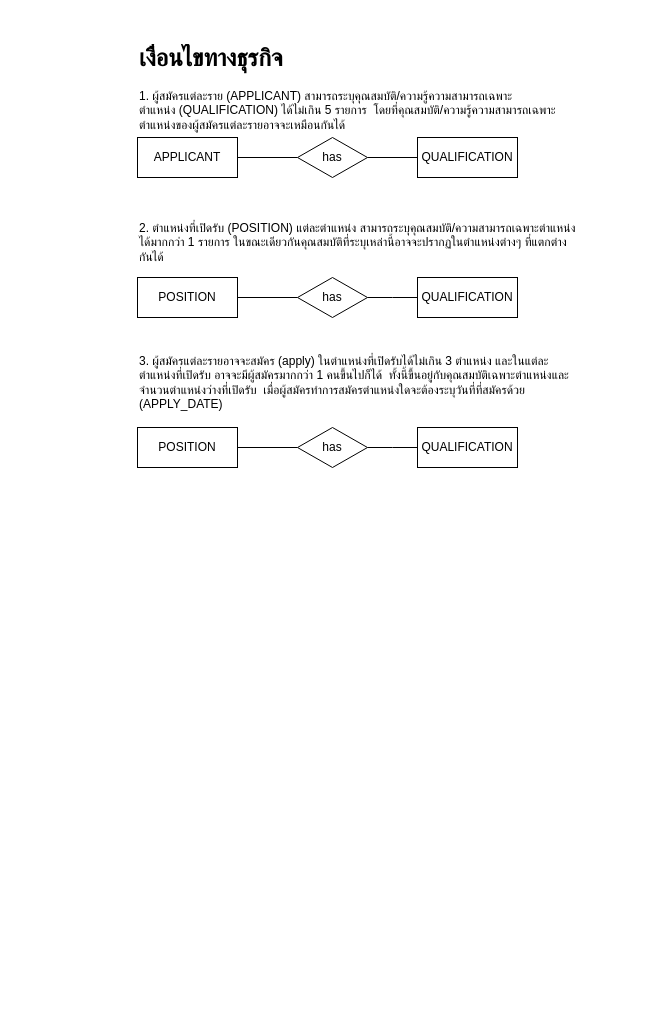
This is page "Page-1" (1 of 4) of 96408Entity.drawio from iaongstudio/FlowDrawio, a draw.io file, before an edit. Source tidied: cells renumbered, new cells numbered last; positions are measured from the earlier drawing's top-left corner, leaving out a move shared by most shapes. Both pictures are drawn from the tidied source at 100%, with x=0, y=0 at pixel (137, 37).
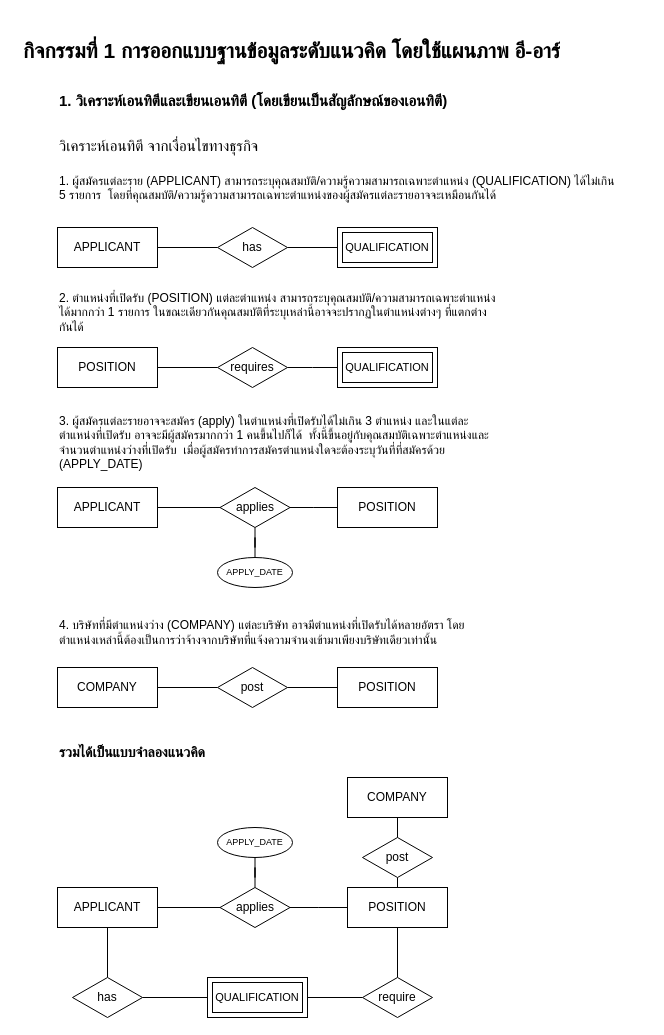
Above is the later version.

What changed in the source:
```diff
@@
     <mxCell id="3" value="APPLICANT" style="whiteSpace=wrap;html=1;align=center;" parent="1" vertex="1">
-      <mxGeometry y="100" width="100" height="40" as="geometry" />
+      <mxGeometry x="-80" y="190" width="100" height="40" as="geometry" />
     </mxCell>
@@
     <mxCell id="5" value="has" style="rhombus;whiteSpace=wrap;html=1;" parent="1" vertex="1">
-      <mxGeometry x="160" y="100" width="70" height="40" as="geometry" />
+      <mxGeometry x="80" y="190" width="70" height="40" as="geometry" />
     </mxCell>
-    <mxCell id="6" value="QUALIFICATION" style="whiteSpace=wrap;html=1;" parent="1" vertex="1">
-      <mxGeometry x="280" y="100" width="100" height="40" as="geometry" />
+    <mxCell id="6" value="QUALIFICATION" style="shape=ext;margin=3;double=1;whiteSpace=wrap;html=1;align=center;fontFamily=Helvetica;fontSize=11;fontColor=default;labelBackgroundColor=default;" parent="1" vertex="1">
+      <mxGeometry x="200" y="190" width="100" height="40" as="geometry" />
     </mxCell>
@@
     <mxCell id="8" value="POSITION" style="whiteSpace=wrap;html=1;align=center;" parent="1" vertex="1">
-      <mxGeometry y="240" width="100" height="40" as="geometry" />
+      <mxGeometry x="-80" y="310" width="100" height="40" as="geometry" />
     </mxCell>
     <mxCell id="9" style="edgeStyle=orthogonalEdgeStyle;rounded=0;jettySize=auto;html=1;endArrow=none;endFill=0;" parent="1" edge="1" source="10">
       <mxGeometry relative="1" as="geometry">
-        <mxPoint x="280" y="260" as="targetPoint" />
+        <mxPoint x="200" y="330" as="targetPoint" />
       </mxGeometry>
     </mxCell>
-    <mxCell id="10" value="has" style="rhombus;whiteSpace=wrap;html=1;" parent="1" vertex="1">
-      <mxGeometry x="160" y="240" width="70" height="40" as="geometry" />
+    <mxCell id="10" value="requires" style="rhombus;whiteSpace=wrap;html=1;" parent="1" vertex="1">
+      <mxGeometry x="80" y="310" width="70" height="40" as="geometry" />
     </mxCell>
-    <mxCell id="11" value="QUALIFICATION" style="whiteSpace=wrap;html=1;" parent="1" vertex="1">
-      <mxGeometry x="280" y="240" width="100" height="40" as="geometry" />
+    <mxCell id="11" value="QUALIFICATION" style="shape=ext;margin=3;double=1;whiteSpace=wrap;html=1;align=center;fontFamily=Helvetica;fontSize=11;fontColor=default;labelBackgroundColor=default;" parent="1" vertex="1">
+      <mxGeometry x="200" y="310" width="100" height="40" as="geometry" />
     </mxCell>
-    <mxCell id="12" value="&lt;h1 style=&quot;margin-top: 0px;&quot;&gt;เงื่อนไขทางธุรกิจ&lt;/h1&gt;&lt;p&gt;1. ผู้สมัครแต่ละราย (APPLICANT) สามารถระบุคุณสมบัติ/ความรู้ความสามารถเฉพาะตำแหน่ง&amp;nbsp;&lt;span style=&quot;background-color: initial;&quot;&gt;(QUALIFICATION) ได้ไม่เกิน 5 รายการ&amp;nbsp; โดยที่คุณสมบัติ/ความรู้ความสามารถเฉพาะตำแหน่งของผู้สมัครแต่&lt;/span&gt;&lt;span style=&quot;background-color: initial;&quot;&gt;ละรายอาจจะเหมือนกันได้&lt;/span&gt;&lt;/p&gt;" style="text;html=1;whiteSpace=wrap;overflow=hidden;rounded=0;" parent="1" vertex="1">
-      <mxGeometry width="440" height="130" as="geometry" />
+    <mxCell id="12" value="&lt;h1 style=&quot;margin-top: 0px;&quot;&gt;&lt;font style=&quot;&quot;&gt;&lt;span style=&quot;font-size: 15px;&quot;&gt;1. วิเคราะห์เอนทิตีและเขียนเอนทิตี (โดยเขียนเป็นสัญลักษณ์ของเอนทิตี)&lt;/span&gt;&lt;br&gt;&lt;/font&gt;&lt;/h1&gt;&lt;h1 style=&quot;margin-top: 0px;&quot;&gt;&lt;font style=&quot;font-size: 15px; font-weight: normal;&quot;&gt;วิเคราะห์เอนทิตี จากเงื่อนไขทางธุรกิจ&lt;/font&gt;&lt;/h1&gt;&lt;p&gt;1. ผู้สมัครแต่ละราย (APPLICANT) สามารถระบุคุณสมบัติ/ความรู้ความสามารถเฉพาะตำแหน่ง&amp;nbsp;&lt;span style=&quot;background-color: initial;&quot;&gt;(QUALIFICATION) ได้ไม่เกิน 5 รายการ&amp;nbsp; โดยที่คุณสมบัติ/ความรู้ความสามารถเฉพาะตำแหน่งของผู้สมัครแต่&lt;/span&gt;&lt;span style=&quot;background-color: initial;&quot;&gt;ละรายอาจจะเหมือนกันได้&lt;/span&gt;&lt;/p&gt;" style="text;html=1;whiteSpace=wrap;overflow=hidden;rounded=0;" parent="1" vertex="1">
+      <mxGeometry x="-80" y="40" width="560" height="140" as="geometry" />
     </mxCell>
     <mxCell id="13" value="&lt;div&gt;2. ตำแหน่งที่เปิดรับ (POSITION) แต่ละตำแหน่ง สามารถระบุคุณสมบัติ/ความสามารถเฉพาะ&lt;span style=&quot;background-color: initial;&quot;&gt;ตำแหน่ง ได้มากกว่า 1 รายการ ในขณะเดียวกันคุณสมบัติที่ระบุเหล่านี้อาจจะปรากฏในตำแหน่งต่างๆ ที่&lt;/span&gt;&lt;span style=&quot;background-color: initial;&quot;&gt;แตกต่างกันได้&lt;/span&gt;&lt;/div&gt;" style="text;html=1;align=left;verticalAlign=middle;whiteSpace=wrap;rounded=0;" parent="1" vertex="1">
-      <mxGeometry y="180" width="440" height="50" as="geometry" />
+      <mxGeometry x="-80" y="250" width="440" height="50" as="geometry" />
     </mxCell>
     <mxCell id="14" value="&lt;div&gt;3. ผู้สมัครแต่ละรายอาจจะสมัคร (apply) ในตำแหน่งที่เปิดรับได้ไม่เกิน 3 ตำแหน่ง และในแต่ละ&lt;span style=&quot;background-color: initial;&quot;&gt;ตำแหน่งที่เปิดรับ อาจจะมีผู้สมัครมากกว่า 1 คนขึ้นไปก็ได้&amp;nbsp; ทั้งนี้ขึ้นอยู่กับคุณสมบัติเฉพาะตำแหน่งและจำนวน&lt;/span&gt;&lt;span style=&quot;background-color: initial;&quot;&gt;ตำแหน่งว่างที่เปิดรับ&amp;nbsp; เมื่อผู้สมัครทำการสมัครตำแหน่งใดจะต้องระบุวันที่ที่สมัครด้วย (APPLY_DATE)&lt;/span&gt;&lt;/div&gt;" style="text;html=1;align=left;verticalAlign=middle;whiteSpace=wrap;rounded=0;" parent="1" vertex="1">
-      <mxGeometry y="310" width="440" height="70" as="geometry" />
+      <mxGeometry x="-80" y="370" width="440" height="70" as="geometry" />
     </mxCell>
@@
-    <mxCell id="16" value="POSITION" style="whiteSpace=wrap;html=1;align=center;" parent="1" vertex="1">
-      <mxGeometry y="390" width="100" height="40" as="geometry" />
+    <mxCell id="16" value="APPLICANT" style="whiteSpace=wrap;html=1;align=center;" parent="1" vertex="1">
+      <mxGeometry x="-80" y="450" width="100" height="40" as="geometry" />
     </mxCell>
     <mxCell id="17" style="edgeStyle=orthogonalEdgeStyle;rounded=0;jettySize=auto;html=1;endArrow=none;endFill=0;" parent="1" edge="1" source="18">
       <mxGeometry relative="1" as="geometry">
-        <mxPoint x="280" y="410" as="targetPoint" />
+        <mxPoint x="200" y="470" as="targetPoint" />
       </mxGeometry>
     </mxCell>
+    <mxCell id="20" style="edgeStyle=orthogonalEdgeStyle;rounded=0;jettySize=auto;html=1;endArrow=none;endFill=0;" parent="1" edge="1" source="18" target="21">
+      <mxGeometry relative="1" as="geometry" />
+    </mxCell>
-    <mxCell id="18" value="has" style="rhombus;whiteSpace=wrap;html=1;" parent="1" vertex="1">
-      <mxGeometry x="160" y="390" width="70" height="40" as="geometry" />
+    <mxCell id="18" value="applies" style="rhombus;whiteSpace=wrap;html=1;" parent="1" vertex="1">
+      <mxGeometry x="82.5" y="450" width="70" height="40" as="geometry" />
     </mxCell>
-    <mxCell id="19" value="QUALIFICATION" style="whiteSpace=wrap;html=1;" parent="1" vertex="1">
-      <mxGeometry x="280" y="390" width="100" height="40" as="geometry" />
+    <mxCell id="19" value="POSITION" style="whiteSpace=wrap;html=1;" parent="1" vertex="1">
+      <mxGeometry x="200" y="450" width="100" height="40" as="geometry" />
     </mxCell>
+    <mxCell id="21" value="APPLY_DATE" style="ellipse;whiteSpace=wrap;html=1;fontSize=9;" parent="1" vertex="1">
+      <mxGeometry x="80" y="520" width="75" height="30" as="geometry" />
+    </mxCell>
+    <mxCell id="22" value="&lt;div&gt;4. บริษัทที่มีตำแหน่งว่าง (COMPANY) แต่ละบริษัท อาจมีตำแหน่งที่เปิดรับได้หลายอัตรา โดย&lt;span style=&quot;background-color: initial;&quot;&gt;ตำแหน่งเหล่านี้ต้องเป็นการว่าจ้างจากบริษัทที่แจ้งความจำนงเข้ามาเพียงบริษัทเดียวเท่านั้น&lt;/span&gt;&lt;/div&gt;" style="text;html=1;align=left;verticalAlign=middle;whiteSpace=wrap;rounded=0;" parent="1" vertex="1">
+      <mxGeometry x="-80" y="560" width="440" height="70" as="geometry" />
+    </mxCell>
+    <mxCell id="23" style="edgeStyle=orthogonalEdgeStyle;rounded=0;jettySize=auto;html=1;endArrow=none;endFill=0;" parent="1" edge="1" source="24" target="26">
+      <mxGeometry relative="1" as="geometry" />
+    </mxCell>
+    <mxCell id="24" value="COMPANY" style="whiteSpace=wrap;html=1;align=center;" parent="1" vertex="1">
+      <mxGeometry x="-80" y="630" width="100" height="40" as="geometry" />
+    </mxCell>
+    <mxCell id="25" style="edgeStyle=orthogonalEdgeStyle;rounded=0;jettySize=auto;html=1;endArrow=none;endFill=0;" parent="1" edge="1" source="26" target="27">
+      <mxGeometry relative="1" as="geometry" />
+    </mxCell>
+    <mxCell id="26" value="post" style="rhombus;whiteSpace=wrap;html=1;" parent="1" vertex="1">
+      <mxGeometry x="80" y="630" width="70" height="40" as="geometry" />
+    </mxCell>
+    <mxCell id="27" value="POSITION" style="whiteSpace=wrap;html=1;" parent="1" vertex="1">
+      <mxGeometry x="200" y="630" width="100" height="40" as="geometry" />
+    </mxCell>
+    <mxCell id="28" value="รวมได้เป็นแบบจำลองแนวคิด" style="text;html=1;align=left;verticalAlign=middle;whiteSpace=wrap;rounded=0;fontStyle=1;fontSize=14;" parent="1" vertex="1">
+      <mxGeometry x="-80" y="700" width="220" height="30" as="geometry" />
+    </mxCell>
+    <mxCell id="29" style="edgeStyle=orthogonalEdgeStyle;rounded=0;jettySize=auto;html=1;endArrow=none;endFill=0;" parent="1" edge="1" source="30" target="33">
+      <mxGeometry relative="1" as="geometry" />
+    </mxCell>
+    <mxCell id="30" value="APPLICANT" style="whiteSpace=wrap;html=1;align=center;" parent="1" vertex="1">
+      <mxGeometry x="-80" y="850" width="100" height="40" as="geometry" />
+    </mxCell>
+    <mxCell id="31" style="edgeStyle=orthogonalEdgeStyle;rounded=0;jettySize=auto;html=1;endArrow=none;endFill=0;" parent="1" edge="1" source="33">
+      <mxGeometry relative="1" as="geometry">
+        <mxPoint x="210" y="870" as="targetPoint" />
+      </mxGeometry>
+    </mxCell>
+    <mxCell id="32" style="edgeStyle=orthogonalEdgeStyle;rounded=0;jettySize=auto;html=1;endArrow=none;endFill=0;" parent="1" edge="1" source="33" target="37">
+      <mxGeometry relative="1" as="geometry" />
+    </mxCell>
+    <mxCell id="33" value="applies" style="rhombus;whiteSpace=wrap;html=1;" parent="1" vertex="1">
+      <mxGeometry x="82.5" y="850" width="70" height="40" as="geometry" />
+    </mxCell>
+    <mxCell id="34" style="edgeStyle=orthogonalEdgeStyle;rounded=0;jettySize=auto;html=1;exitX=0.5;exitY=0;exitDx=0;exitDy=0;entryX=0.5;entryY=1;entryDx=0;entryDy=0;endArrow=none;endFill=0;" parent="1" edge="1" source="36" target="40">
+      <mxGeometry relative="1" as="geometry" />
+    </mxCell>
+    <mxCell id="35" style="edgeStyle=orthogonalEdgeStyle;rounded=0;jettySize=auto;html=1;exitX=0.5;exitY=1;exitDx=0;exitDy=0;endArrow=none;endFill=0;" parent="1" edge="1" source="36" target="42">
+      <mxGeometry relative="1" as="geometry" />
+    </mxCell>
+    <mxCell id="36" value="POSITION" style="whiteSpace=wrap;html=1;" parent="1" vertex="1">
+      <mxGeometry x="210" y="850" width="100" height="40" as="geometry" />
+    </mxCell>
+    <mxCell id="37" value="APPLY_DATE" style="ellipse;whiteSpace=wrap;html=1;fontSize=9;" parent="1" vertex="1">
+      <mxGeometry x="80" y="790" width="75" height="30" as="geometry" />
+    </mxCell>
+    <mxCell id="38" style="edgeStyle=orthogonalEdgeStyle;rounded=0;jettySize=auto;html=1;endArrow=none;endFill=0;" parent="1" edge="1" source="39" target="40">
+      <mxGeometry relative="1" as="geometry" />
+    </mxCell>
+    <mxCell id="39" value="COMPANY" style="whiteSpace=wrap;html=1;align=center;" parent="1" vertex="1">
+      <mxGeometry x="210" y="740" width="100" height="40" as="geometry" />
+    </mxCell>
+    <mxCell id="40" value="post" style="rhombus;whiteSpace=wrap;html=1;" parent="1" vertex="1">
+      <mxGeometry x="225" y="800" width="70" height="40" as="geometry" />
+    </mxCell>
+    <mxCell id="41" style="edgeStyle=orthogonalEdgeStyle;rounded=0;jettySize=auto;html=1;endArrow=none;endFill=0;" parent="1" edge="1" source="42" target="44">
+      <mxGeometry relative="1" as="geometry" />
+    </mxCell>
+    <mxCell id="42" value="require" style="rhombus;whiteSpace=wrap;html=1;" parent="1" vertex="1">
+      <mxGeometry x="225" y="940" width="70" height="40" as="geometry" />
+    </mxCell>
+    <mxCell id="43" style="edgeStyle=orthogonalEdgeStyle;rounded=0;jettySize=auto;html=1;exitX=0;exitY=0.5;exitDx=0;exitDy=0;entryX=1;entryY=0.5;entryDx=0;entryDy=0;endArrow=none;endFill=0;" parent="1" edge="1" source="44" target="46">
+      <mxGeometry relative="1" as="geometry" />
+    </mxCell>
+    <mxCell id="44" value="QUALIFICATION" style="shape=ext;margin=3;double=1;whiteSpace=wrap;html=1;align=center;fontFamily=Helvetica;fontSize=11;fontColor=default;labelBackgroundColor=default;" parent="1" vertex="1">
+      <mxGeometry x="70" y="940" width="100" height="40" as="geometry" />
+    </mxCell>
+    <mxCell id="45" style="edgeStyle=orthogonalEdgeStyle;rounded=0;jettySize=auto;html=1;endArrow=none;endFill=0;entryX=0.5;entryY=1;entryDx=0;entryDy=0;" parent="1" edge="1" source="46" target="30">
+      <mxGeometry relative="1" as="geometry" />
+    </mxCell>
+    <mxCell id="46" value="has" style="rhombus;whiteSpace=wrap;html=1;" parent="1" vertex="1">
+      <mxGeometry x="-65" y="940" width="70" height="40" as="geometry" />
+    </mxCell>
+    <mxCell id="47" value="&lt;h1 style=&quot;font-size: 21px;&quot;&gt;กิจกรรมที่ 1&amp;nbsp;&lt;span style=&quot;background-color: initial;&quot;&gt;การออกแบบฐานข้อมูลระดับแนวคิด โดยใช้แผนภาพ อี-อาร์&lt;/span&gt;&lt;/h1&gt;" style="text;strokeColor=none;fillColor=none;spacingLeft=4;spacingRight=4;overflow=hidden;fontSize=12;whiteSpace=wrap;html=1;" parent="1" vertex="1">
+      <mxGeometry x="-120" y="-20" width="630" height="60" as="geometry" />
+    </mxCell>
```
